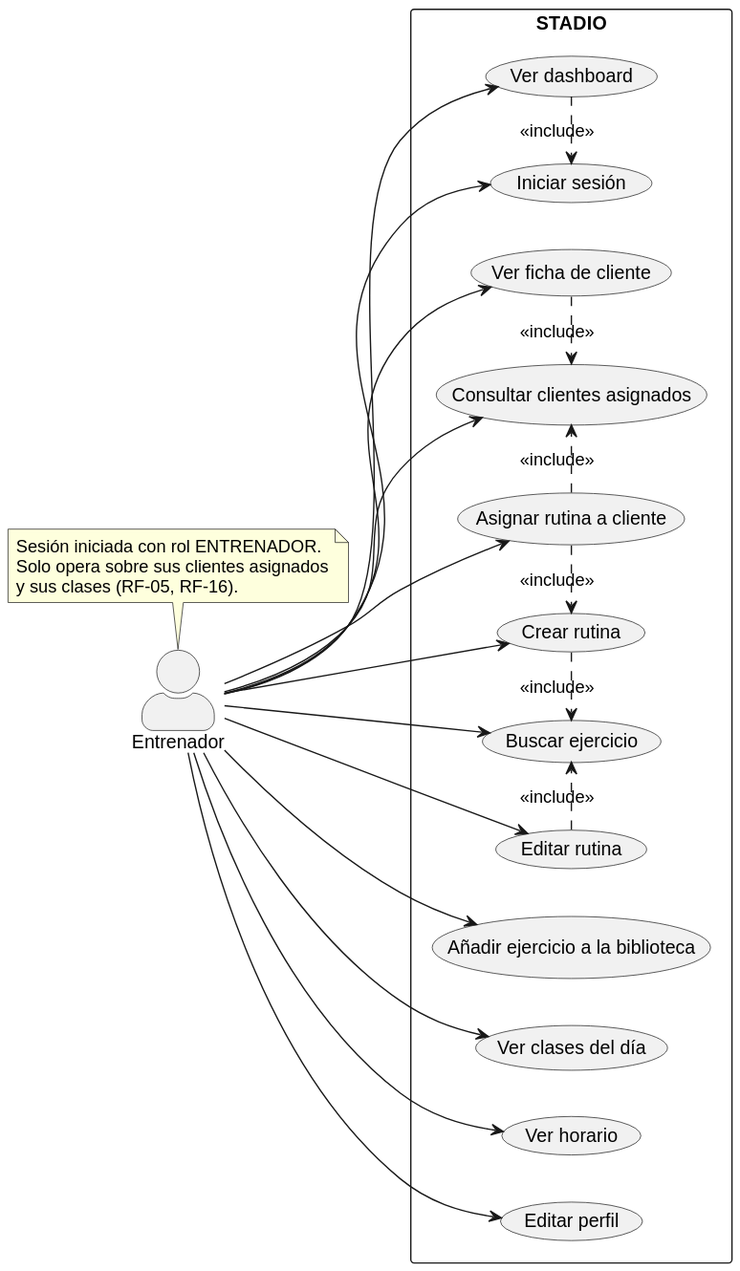
Above: docs/diagramas/casos-uso/_render/entrenador.svg in iis8-ua/stadio (PlantUML), before the change. Its diagram source:
```plantuml
@startuml
left to right direction
skinparam actorStyle awesome
skinparam defaultFontName "Arial"

actor "Entrenador" as Trainer

rectangle "STADIO" {
  usecase "Iniciar sesión" as UC_Login
  usecase "Ver dashboard" as UC_Dash
  usecase "Consultar clientes asignados" as UC_Clientes
  usecase "Ver ficha de cliente" as UC_Ficha
  usecase "Crear rutina" as UC_CrearR
  usecase "Editar rutina" as UC_EditarR
  usecase "Asignar rutina a cliente" as UC_Asignar
  usecase "Buscar ejercicio" as UC_Buscar
  usecase "Añadir ejercicio a la biblioteca" as UC_AddEx
  usecase "Ver clases del día" as UC_Clases
  usecase "Ver horario" as UC_Horario
  usecase "Editar perfil" as UC_Perfil
}

Trainer --> UC_Login
Trainer --> UC_Dash
Trainer --> UC_Clientes
Trainer --> UC_Ficha
Trainer --> UC_CrearR
Trainer --> UC_EditarR
Trainer --> UC_Asignar
Trainer --> UC_Buscar
Trainer --> UC_AddEx
Trainer --> UC_Clases
Trainer --> UC_Horario
Trainer --> UC_Perfil

note top of Trainer
  Sesión iniciada con rol ENTRENADOR.
  Solo opera sobre sus clientes asignados
  y sus clases (RF-05, RF-16).
end note

UC_Dash .> UC_Login : <<include>>
UC_Ficha .> UC_Clientes : <<include>>
UC_Asignar .> UC_Clientes : <<include>>
UC_CrearR .> UC_Buscar : <<include>>
UC_EditarR .> UC_Buscar : <<include>>
UC_Asignar .> UC_CrearR : <<include>>
@enduml
```
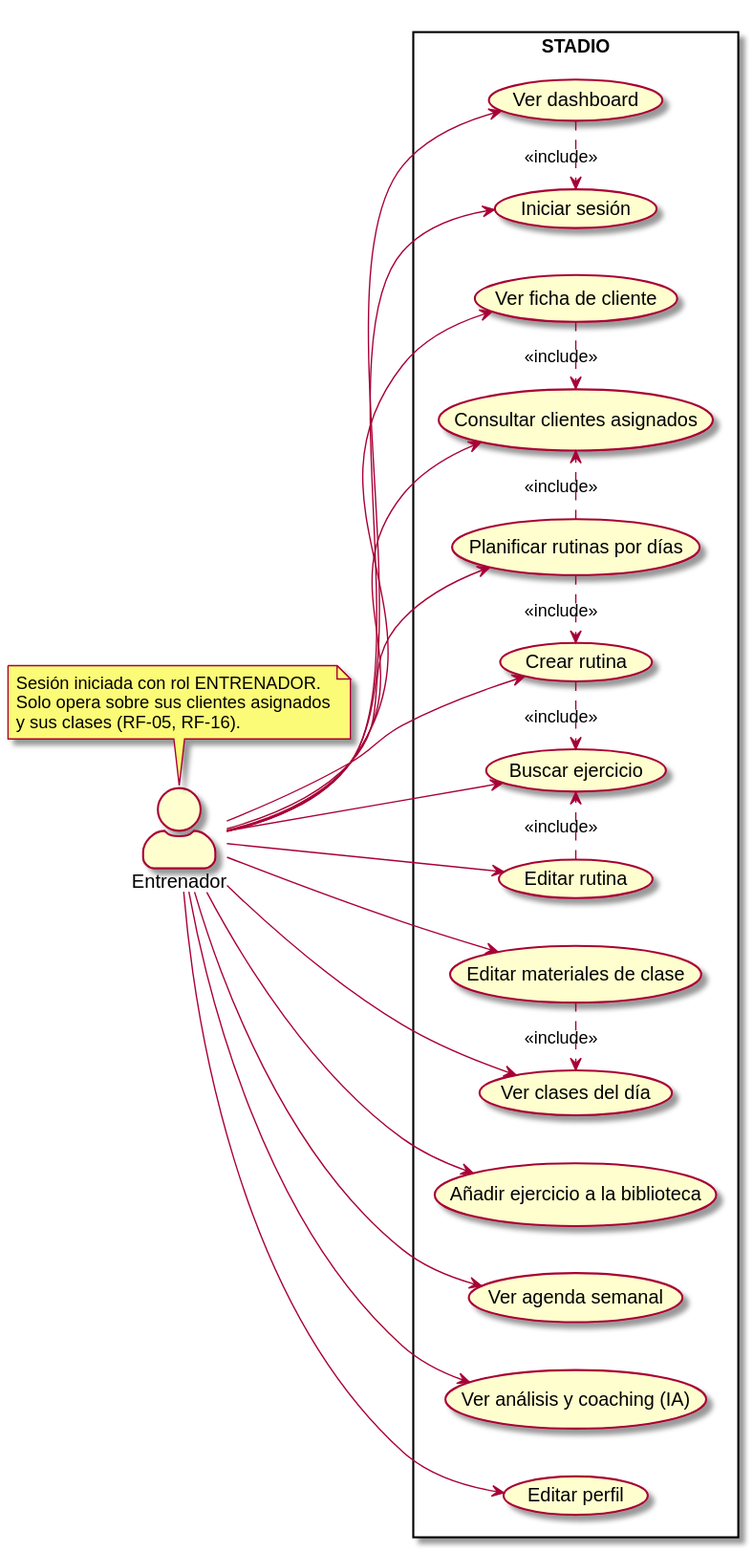
The same diagram one commit later.

What changed in the source:
```diff
@@ -12,11 +12,13 @@
   usecase "Ver ficha de cliente" as UC_Ficha
   usecase "Crear rutina" as UC_CrearR
   usecase "Editar rutina" as UC_EditarR
-  usecase "Asignar rutina a cliente" as UC_Asignar
+  usecase "Planificar rutinas por días" as UC_Asignar
   usecase "Buscar ejercicio" as UC_Buscar
   usecase "Añadir ejercicio a la biblioteca" as UC_AddEx
   usecase "Ver clases del día" as UC_Clases
-  usecase "Ver horario" as UC_Horario
+  usecase "Editar materiales de clase" as UC_Mat
+  usecase "Ver agenda semanal" as UC_Horario
+  usecase "Ver análisis y coaching (IA)" as UC_IA
   usecase "Editar perfil" as UC_Perfil
 }
 
@@ -30,7 +32,9 @@
 Trainer --> UC_Buscar
 Trainer --> UC_AddEx
 Trainer --> UC_Clases
+Trainer --> UC_Mat
 Trainer --> UC_Horario
+Trainer --> UC_IA
 Trainer --> UC_Perfil
 
 note top of Trainer
@@ -45,4 +49,6 @@
 UC_CrearR .> UC_Buscar : <<include>>
 UC_EditarR .> UC_Buscar : <<include>>
 UC_Asignar .> UC_CrearR : <<include>>
+UC_Mat .> UC_Clases : <<include>>
+
 @enduml
```
